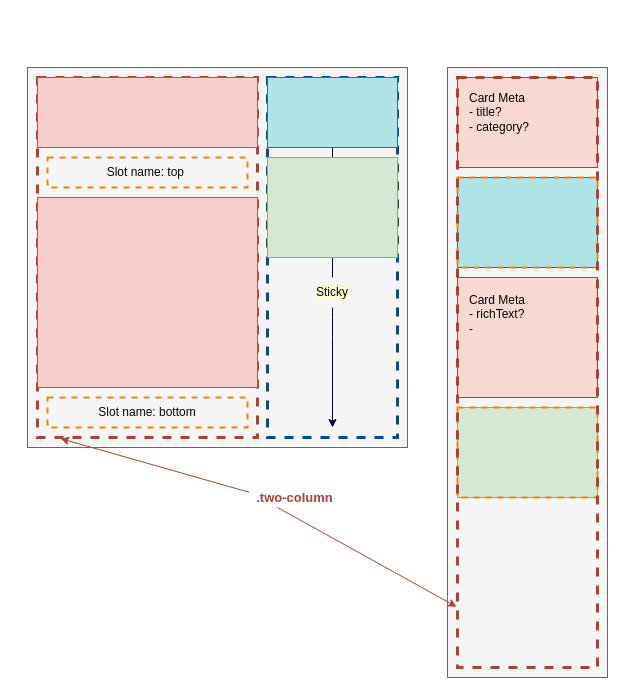
This is src/documentation/TwoColLayoutWSticky.drawio from UCLALibrary/ucla-library-website-components, a draw.io file, before an edit. Source tidied: cells renumbered, new cells numbered last; positions are measured from the earlier drawing's top-left corner, leaving out a move shared by most shapes. Both pictures are drawn from the tidied source at 100%, with x=0, y=0 at pixel (27, 67).
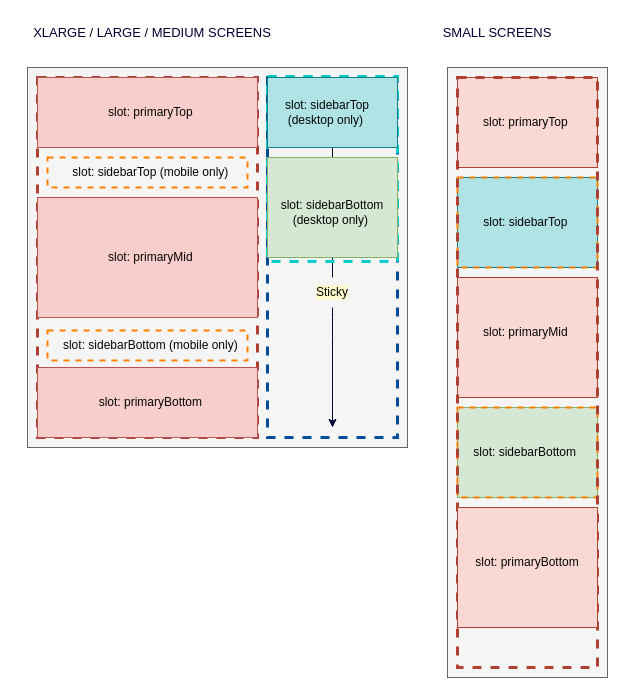
After the change.

Unchanged cells that the change refers to:
```xml
<mxCell id="3" style="rounded=0;whiteSpace=wrap;html=1;fillColor=none;strokeColor=#ae4132;dashed=1;strokeWidth=3;" parent="1" vertex="1">
  <mxGeometry x="10" y="10" width="220" height="360" as="geometry" />
</mxCell>
<mxCell id="27" style="rounded=0;whiteSpace=wrap;html=1;fillColor=none;strokeColor=#ae4132;dashed=1;strokeWidth=3;" parent="1" vertex="1">
  <mxGeometry x="430" y="10" width="140" height="590" as="geometry" />
</mxCell>
```

Diff of the diagram source:
```diff
@@
-    <mxCell id="9" style="rounded=0;whiteSpace=wrap;html=1;fillColor=#b0e3e6;strokeColor=#0e8088;" parent="1" vertex="1">
-      <mxGeometry x="240" y="10" width="130" height="70" as="geometry" />
-    </mxCell>
@@
-    <mxCell id="13" style="rounded=0;whiteSpace=wrap;html=1;fillColor=#d5e8d4;strokeColor=#82b366;" parent="1" vertex="1">
-      <mxGeometry x="240" y="90" width="130" height="100" as="geometry" />
-    </mxCell>
@@
-    <mxCell id="15" value="&lt;span style=&quot;&quot;&gt;Card Meta&lt;br&gt;- title?&lt;br&gt;- category?&lt;/span&gt;" style="text;html=1;strokeColor=none;fillColor=none;align=left;verticalAlign=middle;whiteSpace=wrap;rounded=0;dashed=1;labelBackgroundColor=none;strokeWidth=4;fontColor=#050505;fontStyle=0;" parent="1" vertex="1">
-      <mxGeometry x="440" y="28.3" width="100" height="33.3" as="geometry" />
-    </mxCell>
-    <mxCell id="16" value="&lt;span style=&quot;&quot;&gt;Card Meta&lt;br&gt;- richText?&lt;br&gt;-&amp;nbsp;&lt;/span&gt;" style="text;html=1;strokeColor=none;fillColor=none;align=left;verticalAlign=middle;whiteSpace=wrap;rounded=0;dashed=1;labelBackgroundColor=none;strokeWidth=4;fontColor=#050505;fontStyle=0;" parent="1" vertex="1">
-      <mxGeometry x="440" y="230" width="100" height="33.3" as="geometry" />
-    </mxCell>
@@
     <mxCell id="18" style="rounded=0;whiteSpace=wrap;html=1;fillColor=#f8cecc;strokeColor=#b85450;" parent="1" vertex="1">
-      <mxGeometry x="10" y="130" width="220" height="190" as="geometry" />
+      <mxGeometry x="10" y="130" width="220" height="120" as="geometry" />
     </mxCell>
-    <mxCell id="19" style="rounded=0;whiteSpace=wrap;html=1;dashed=1;labelBackgroundColor=none;strokeColor=#FF8000;strokeWidth=2;fontColor=#050505;fillColor=none;" parent="1" vertex="1">
-      <mxGeometry x="20" y="90" width="200" height="30" as="geometry" />
-    </mxCell>
     <mxCell id="20" style="rounded=0;whiteSpace=wrap;html=1;dashed=1;labelBackgroundColor=none;strokeColor=#FF8000;strokeWidth=2;fontColor=#050505;fillColor=none;" parent="1" vertex="1">
-      <mxGeometry x="20" y="330" width="200" height="30" as="geometry" />
+      <mxGeometry x="20" y="90" width="200" height="30" as="geometry" />
     </mxCell>
-    <mxCell id="21" value="Slot name: top&amp;nbsp;" style="text;html=1;strokeColor=none;fillColor=none;align=center;verticalAlign=middle;whiteSpace=wrap;rounded=0;dashed=1;labelBackgroundColor=none;strokeWidth=2;fontColor=#050505;" parent="1" vertex="1">
-      <mxGeometry x="25" y="90" width="190" height="30" as="geometry" />
+    <mxCell id="21" value="slot: primaryTop&amp;nbsp;" style="text;html=1;strokeColor=none;fillColor=none;align=center;verticalAlign=middle;whiteSpace=wrap;rounded=0;dashed=1;labelBackgroundColor=none;strokeWidth=2;fontColor=#050505;" parent="1" vertex="1">
+      <mxGeometry x="30" y="30" width="190" height="30" as="geometry" />
     </mxCell>
-    <mxCell id="22" value="Slot name: bottom" style="text;html=1;strokeColor=none;fillColor=none;align=center;verticalAlign=middle;whiteSpace=wrap;rounded=0;dashed=1;labelBackgroundColor=none;strokeWidth=2;fontColor=#050505;" parent="1" vertex="1">
-      <mxGeometry x="25" y="330" width="190" height="30" as="geometry" />
-    </mxCell>
@@
-    <mxCell id="25" style="endArrow=classic;html=1;strokeColor=#ae4132;fontColor=#050505;entryX=0.105;entryY=1.003;entryDx=0;entryDy=0;endFill=1;entryPerimeter=0;" parent="1" edge="1" target="3">
-      <mxGeometry relative="1" as="geometry">
-        <mxPoint x="240" y="430" as="sourcePoint" />
-      </mxGeometry>
-    </mxCell>
-    <mxCell id="26" value="&amp;nbsp; .two-column&amp;nbsp;&amp;nbsp;" style="edgeLabel;html=1;align=left;verticalAlign=bottom;dashed=1;labelBackgroundColor=#FFFFFF;strokeColor=#FF8000;strokeWidth=2;fontColor=#ae4132;fillColor=none;fontSize=13;fontStyle=1;" parent="25" vertex="1">
-      <mxGeometry x="-1" relative="1" as="geometry">
-        <mxPoint x="-20" y="10" as="offset" />
-      </mxGeometry>
-    </mxCell>
+    <mxCell id="29" style="rounded=0;whiteSpace=wrap;html=1;fillColor=none;strokeWidth=3;dashed=1;strokeColor=#00CCCC;" parent="1" vertex="1">
+      <mxGeometry x="240" y="9" width="130" height="185" as="geometry" />
+    </mxCell>
@@
-    <mxCell id="28" style="endArrow=classic;html=1;strokeColor=#ae4132;fontColor=#050505;entryX=-0.007;entryY=0.897;entryDx=0;entryDy=0;endFill=1;entryPerimeter=0;" parent="1" edge="1" target="27">
-      <mxGeometry relative="1" as="geometry">
-        <mxPoint x="250" y="440" as="sourcePoint" />
-      </mxGeometry>
-    </mxCell>
+    <mxCell id="9" style="rounded=0;whiteSpace=wrap;html=1;fillColor=#b0e3e6;strokeColor=#0e8088;" parent="1" vertex="1">
+      <mxGeometry x="240" y="10" width="130" height="70" as="geometry" />
+    </mxCell>
+    <mxCell id="13" style="rounded=0;whiteSpace=wrap;html=1;fillColor=#d5e8d4;strokeColor=#82b366;" parent="1" vertex="1">
+      <mxGeometry x="240" y="90" width="130" height="100" as="geometry" />
+    </mxCell>
+    <mxCell id="30" value="SMALL SCREENS" style="text;html=1;strokeColor=none;fillColor=none;align=center;verticalAlign=middle;whiteSpace=wrap;rounded=0;dashed=1;labelBackgroundColor=#FFFFFF;strokeWidth=2;fontSize=13;fontColor=#000033;" parent="1" vertex="1">
+      <mxGeometry x="410" y="-50" width="120" height="30" as="geometry" />
+    </mxCell>
+    <mxCell id="31" value="slot: sidebarTop (mobile only)&amp;nbsp;" style="text;html=1;strokeColor=none;fillColor=none;align=center;verticalAlign=middle;whiteSpace=wrap;rounded=0;dashed=1;labelBackgroundColor=none;strokeWidth=2;fontColor=#050505;" parent="1" vertex="1">
+      <mxGeometry x="30" y="90" width="190" height="30" as="geometry" />
+    </mxCell>
+    <mxCell id="32" value="slot: primaryMid&amp;nbsp;" style="text;html=1;strokeColor=none;fillColor=none;align=center;verticalAlign=middle;whiteSpace=wrap;rounded=0;dashed=1;labelBackgroundColor=none;strokeWidth=2;fontColor=#050505;" parent="1" vertex="1">
+      <mxGeometry x="30" y="175" width="190" height="30" as="geometry" />
+    </mxCell>
+    <mxCell id="33" style="rounded=0;whiteSpace=wrap;html=1;dashed=1;labelBackgroundColor=none;strokeColor=#FF8000;strokeWidth=2;fontColor=#050505;fillColor=none;" parent="1" vertex="1">
+      <mxGeometry x="20" y="263" width="200" height="30" as="geometry" />
+    </mxCell>
+    <mxCell id="34" value="slot: sidebarBottom (mobile only)&amp;nbsp;" style="text;html=1;strokeColor=none;fillColor=none;align=center;verticalAlign=middle;whiteSpace=wrap;rounded=0;dashed=1;labelBackgroundColor=none;strokeWidth=2;fontColor=#050505;" parent="1" vertex="1">
+      <mxGeometry x="30" y="263" width="190" height="30" as="geometry" />
+    </mxCell>
+    <mxCell id="35" style="rounded=0;whiteSpace=wrap;html=1;fillColor=#f8cecc;strokeColor=#b85450;" parent="1" vertex="1">
+      <mxGeometry x="10" y="300" width="220" height="70" as="geometry" />
+    </mxCell>
+    <mxCell id="36" value="slot: primaryBottom&amp;nbsp;" style="text;html=1;strokeColor=none;fillColor=none;align=center;verticalAlign=middle;whiteSpace=wrap;rounded=0;dashed=1;labelBackgroundColor=none;strokeWidth=2;fontColor=#050505;" parent="1" vertex="1">
+      <mxGeometry x="30" y="320" width="190" height="30" as="geometry" />
+    </mxCell>
+    <mxCell id="37" value="slot: sidebarTop (desktop only)&amp;nbsp;" style="text;html=1;strokeColor=none;fillColor=none;align=center;verticalAlign=middle;whiteSpace=wrap;rounded=0;dashed=1;labelBackgroundColor=none;strokeWidth=2;fontColor=#050505;" parent="1" vertex="1">
+      <mxGeometry x="240" y="30" width="120" height="30" as="geometry" />
+    </mxCell>
+    <mxCell id="38" value="slot: sidebarBottom (desktop only)&amp;nbsp;" style="text;html=1;strokeColor=none;fillColor=none;align=center;verticalAlign=middle;whiteSpace=wrap;rounded=0;dashed=1;labelBackgroundColor=none;strokeWidth=2;fontColor=#050505;" parent="1" vertex="1">
+      <mxGeometry x="245" y="130" width="120" height="30" as="geometry" />
+    </mxCell>
+    <mxCell id="39" value="XLARGE / LARGE / MEDIUM SCREENS" style="text;html=1;strokeColor=none;fillColor=none;align=center;verticalAlign=middle;whiteSpace=wrap;rounded=0;dashed=1;labelBackgroundColor=#FFFFFF;strokeWidth=2;fontSize=13;fontColor=#000033;" parent="1" vertex="1">
+      <mxGeometry x="-10" y="-50" width="270" height="30" as="geometry" />
+    </mxCell>
+    <mxCell id="40" value="slot: primaryTop&amp;nbsp;" style="text;html=1;strokeColor=none;fillColor=none;align=center;verticalAlign=middle;whiteSpace=wrap;rounded=0;dashed=1;labelBackgroundColor=none;strokeWidth=2;fontColor=#050505;" parent="1" vertex="1">
+      <mxGeometry x="430" y="40" width="140" height="30" as="geometry" />
+    </mxCell>
+    <mxCell id="41" value="slot: primaryMid&amp;nbsp;" style="text;html=1;strokeColor=none;fillColor=none;align=center;verticalAlign=middle;whiteSpace=wrap;rounded=0;dashed=1;labelBackgroundColor=none;strokeWidth=2;fontColor=#050505;" parent="1" vertex="1">
+      <mxGeometry x="430" y="250" width="140" height="30" as="geometry" />
+    </mxCell>
+    <mxCell id="42" style="rounded=0;whiteSpace=wrap;html=1;fillColor=#fad9d5;strokeColor=#ae4132;" parent="1" vertex="1">
+      <mxGeometry x="430" y="440" width="140" height="120" as="geometry" />
+    </mxCell>
+    <mxCell id="43" value="slot: primaryBottom" style="text;html=1;strokeColor=none;fillColor=none;align=center;verticalAlign=middle;whiteSpace=wrap;rounded=0;dashed=1;labelBackgroundColor=none;strokeWidth=2;fontColor=#050505;" parent="1" vertex="1">
+      <mxGeometry x="430" y="480" width="140" height="30" as="geometry" />
+    </mxCell>
+    <mxCell id="44" value="slot: sidebarTop&amp;nbsp;" style="text;html=1;strokeColor=none;fillColor=none;align=center;verticalAlign=middle;whiteSpace=wrap;rounded=0;dashed=1;labelBackgroundColor=none;strokeWidth=2;fontColor=#050505;" parent="1" vertex="1">
+      <mxGeometry x="440" y="140" width="120" height="30" as="geometry" />
+    </mxCell>
+    <mxCell id="45" value="slot: sidebarBottom&amp;nbsp;&amp;nbsp;" style="text;html=1;strokeColor=none;fillColor=none;align=center;verticalAlign=middle;whiteSpace=wrap;rounded=0;dashed=1;labelBackgroundColor=none;strokeWidth=2;fontColor=#050505;" parent="1" vertex="1">
+      <mxGeometry x="441" y="370" width="120" height="30" as="geometry" />
+    </mxCell>
```
